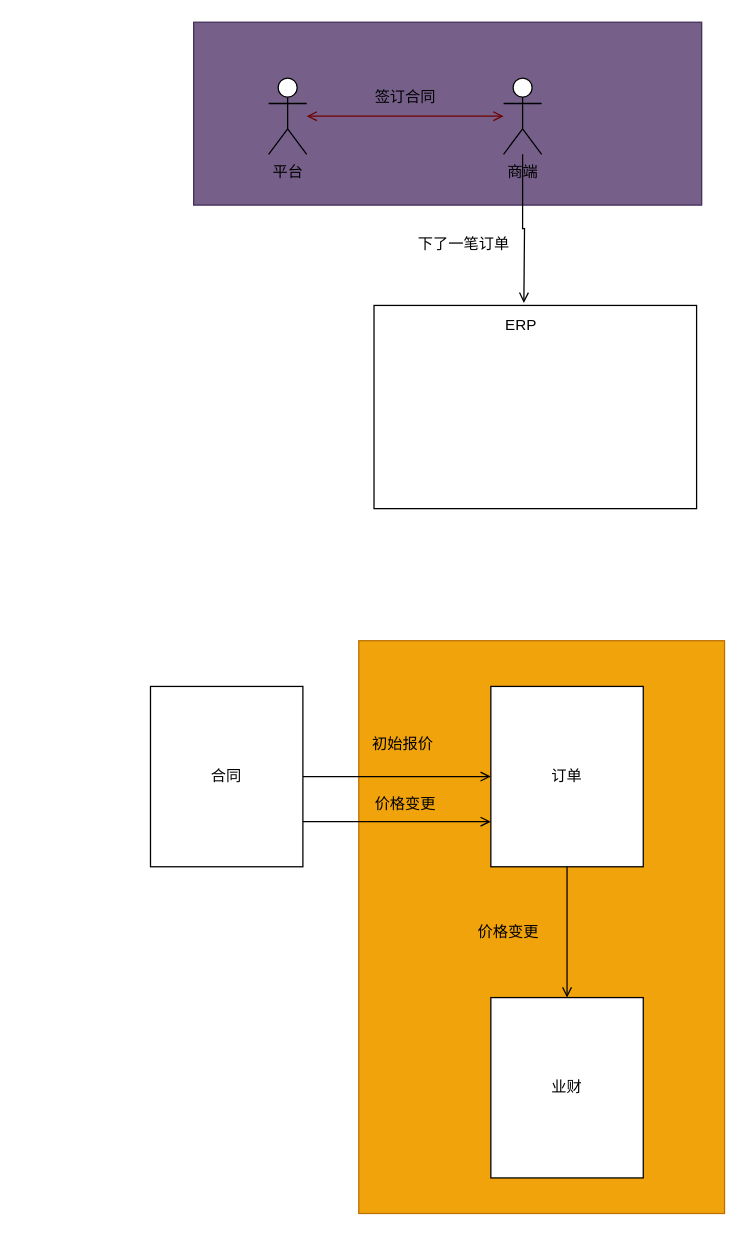
Before: page "Page-5" (5 of 5) of 物流.drawio in lokiworks/drawio, a draw.io diagram. Source tidied: cells renumbered, new cells numbered last; positions are measured from the earlier drawing's top-left corner, leaving out a move shared by most shapes. Both pictures are drawn from the tidied source at 127%, with x=0, y=0 at pixel (150, 22).
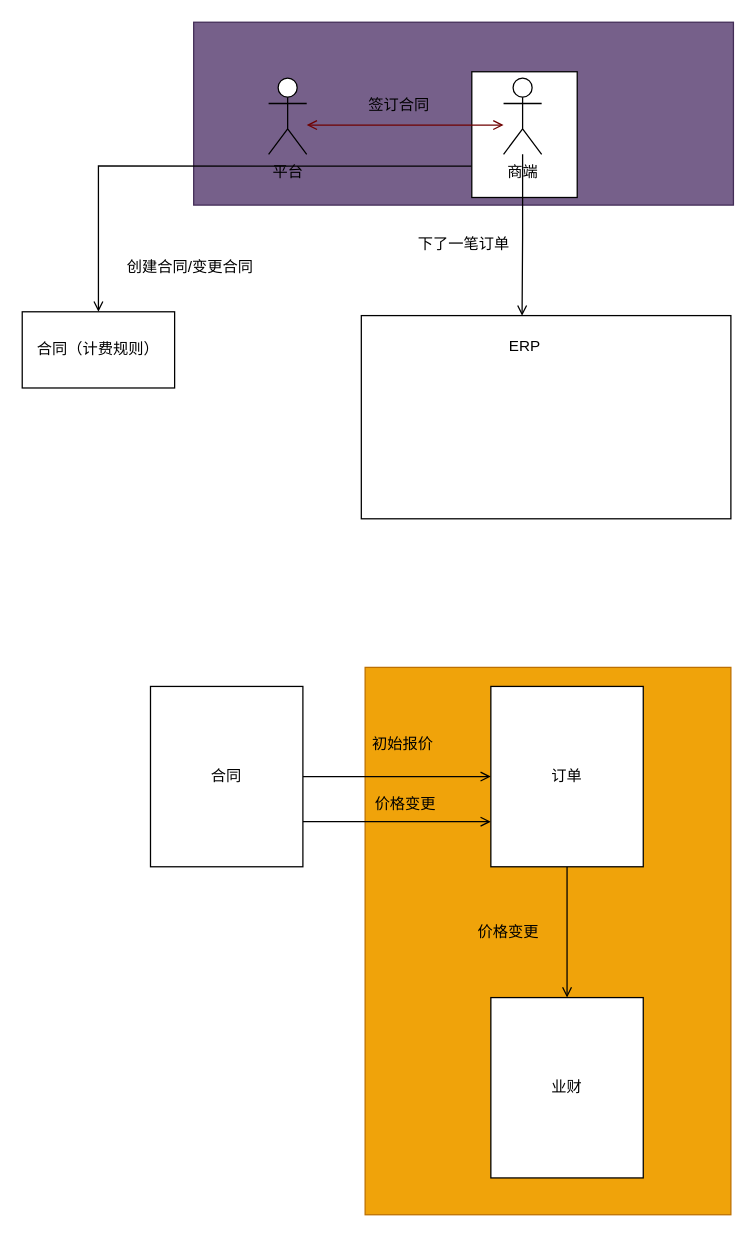
The same page after the edit.

Unchanged cells that the change refers to:
```xml
<mxCell id="4" value="平台" style="shape=umlActor;verticalLabelPosition=bottom;verticalAlign=top;html=1;outlineConnect=0;strokeColor=default;" parent="1" vertex="1">
  <mxGeometry x="93" y="44" width="30" height="60" as="geometry" />
</mxCell>
<mxCell id="7" value="商端" style="shape=umlActor;verticalLabelPosition=bottom;verticalAlign=top;html=1;outlineConnect=0;strokeColor=default;" parent="1" vertex="1">
  <mxGeometry x="278" y="44" width="30" height="60" as="geometry" />
</mxCell>
```

The edit, as a diff of the source:
```diff
@@
     <mxCell id="2" style="rounded=0;whiteSpace=wrap;html=1;strokeColor=#432D57;fillColor=#76608a;fontColor=#ffffff;" parent="1" vertex="1">
-      <mxGeometry x="34" width="400" height="144" as="geometry" />
+      <mxGeometry x="34" width="425" height="144" as="geometry" />
     </mxCell>
+    <mxCell id="21" style="edgeStyle=orthogonalEdgeStyle;rounded=0;jettySize=auto;html=1;exitX=0;exitY=0.75;exitDx=0;exitDy=0;entryX=0.5;entryY=0;entryDx=0;entryDy=0;startArrow=none;startFill=0;endArrow=open;endFill=0;" parent="1" edge="1" source="22" target="23">
+      <mxGeometry relative="1" as="geometry">
+        <Array as="points">
+          <mxPoint x="-41" y="113" />
+        </Array>
+      </mxGeometry>
+    </mxCell>
+    <mxCell id="22" style="rounded=0;whiteSpace=wrap;html=1;strokeColor=default;" parent="1" vertex="1">
+      <mxGeometry x="253" y="39" width="83" height="99" as="geometry" />
+    </mxCell>
     <mxCell id="3" style="rounded=0;whiteSpace=wrap;html=1;strokeColor=#BD7000;fillColor=#f0a30a;fontColor=#000000;" parent="1" vertex="1">
-      <mxGeometry x="164" y="487" width="288" height="451" as="geometry" />
+      <mxGeometry x="169" y="508" width="288" height="431" as="geometry" />
     </mxCell>
@@
-    <mxCell id="5" style="edgeStyle=orthogonalEdgeStyle;rounded=0;jettySize=auto;html=1;endArrow=open;endFill=0;startArrow=open;startFill=0;fillColor=#a20025;strokeColor=#6F0000;" parent="1" edge="1" source="7" target="4">
-      <mxGeometry relative="1" as="geometry" />
+    <mxCell id="5" style="edgeStyle=orthogonalEdgeStyle;rounded=0;orthogonalLoop=1;jettySize=auto;html=1;endArrow=open;endFill=0;startArrow=open;startFill=0;fillColor=#a20025;strokeColor=#6F0000;" parent="1" edge="1">
+      <mxGeometry relative="1" as="geometry">
+        <mxPoint x="278" y="81" as="sourcePoint" />
+        <mxPoint x="123" y="81" as="targetPoint" />
+      </mxGeometry>
     </mxCell>
-    <mxCell id="6" style="edgeStyle=orthogonalEdgeStyle;rounded=0;jettySize=auto;html=1;startArrow=none;startFill=0;endArrow=open;endFill=0;" parent="1" edge="1" source="7">
-      <mxGeometry relative="1" as="geometry">
-        <mxPoint x="294" y="221" as="targetPoint" />
-      </mxGeometry>
+    <mxCell id="6" style="edgeStyle=orthogonalEdgeStyle;rounded=0;jettySize=auto;html=1;startArrow=none;startFill=0;endArrow=open;endFill=0;entryX=0.435;entryY=0.001;entryDx=0;entryDy=0;entryPerimeter=0;" parent="1" edge="1" source="7" target="9">
+      <mxGeometry relative="1" as="geometry" />
     </mxCell>
@@
     <mxCell id="8" value="签订合同" style="text;html=1;strokeColor=none;fillColor=none;align=center;verticalAlign=middle;whiteSpace=wrap;rounded=0;" parent="1" vertex="1">
-      <mxGeometry x="171" y="44" width="60" height="30" as="geometry" />
+      <mxGeometry x="166" y="51" width="60" height="30" as="geometry" />
     </mxCell>
     <mxCell id="9" style="rounded=0;whiteSpace=wrap;html=1;strokeColor=default;" parent="1" vertex="1">
-      <mxGeometry x="176" y="223" width="254" height="160" as="geometry" />
+      <mxGeometry x="166" y="231" width="291" height="160" as="geometry" />
     </mxCell>
     <mxCell id="10" value="ERP" style="text;html=1;strokeColor=none;fillColor=none;align=center;verticalAlign=middle;whiteSpace=wrap;rounded=0;" parent="1" vertex="1">
-      <mxGeometry x="265" y="230" width="54" height="18" as="geometry" />
+      <mxGeometry x="267.5" y="246" width="54" height="18" as="geometry" />
     </mxCell>
@@
+    <mxCell id="23" value="合同（计费规则）" style="rounded=0;whiteSpace=wrap;html=1;strokeColor=default;" parent="1" vertex="1">
+      <mxGeometry x="-101" y="228" width="120" height="60" as="geometry" />
+    </mxCell>
+    <mxCell id="24" value="创建合同/变更合同" style="text;html=1;strokeColor=none;fillColor=none;align=center;verticalAlign=middle;whiteSpace=wrap;rounded=0;" parent="1" vertex="1">
+      <mxGeometry x="-35" y="178" width="133" height="30" as="geometry" />
+    </mxCell>
```
